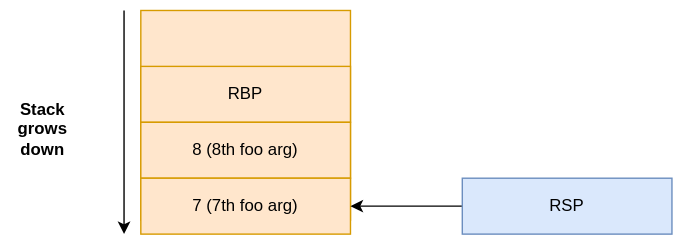
Earlier version of the draw.io export content/assets/stack-before-call.svg (0xAX/asm). Source tidied: cells renumbered, new cells last; positions are measured from the earlier drawing's top-left corner, leaving out a move shared by most shapes. Source of this version:
```xml
<mxGraphModel>
  <root>
    <mxCell id="0" />
    <mxCell id="1" parent="0" />
    <mxCell id="2" style="rounded=0;whiteSpace=wrap;html=1;fillColor=#ffe6cc;strokeColor=#d79b00;" parent="1" vertex="1">
      <mxGeometry x="100" width="150" height="150" as="geometry" />
    </mxCell>
    <mxCell id="3" value="RBP" style="rounded=0;whiteSpace=wrap;html=1;fillColor=#ffe6cc;strokeColor=#d79b00;" parent="1" vertex="1">
      <mxGeometry x="100" y="40" width="150" height="40" as="geometry" />
    </mxCell>
    <mxCell id="4" value="8 (8th foo arg)" style="rounded=0;whiteSpace=wrap;html=1;fillColor=#ffe6cc;strokeColor=#d79b00;" parent="1" vertex="1">
      <mxGeometry x="100" y="80" width="150" height="40" as="geometry" />
    </mxCell>
    <mxCell id="5" value="7 (7th foo arg)" style="rounded=0;whiteSpace=wrap;html=1;fillColor=#ffe6cc;strokeColor=#d79b00;" parent="1" vertex="1">
      <mxGeometry x="100" y="120" width="150" height="40" as="geometry" />
    </mxCell>
    <mxCell id="6" style="edgeStyle=orthogonalEdgeStyle;rounded=0;jettySize=auto;html=1;" parent="1" edge="1" source="7" target="5">
      <mxGeometry relative="1" as="geometry" />
    </mxCell>
    <mxCell id="7" value="RSP" style="rounded=0;whiteSpace=wrap;html=1;fillColor=#dae8fc;strokeColor=#6c8ebf;" parent="1" vertex="1">
      <mxGeometry x="330" y="120" width="150" height="40" as="geometry" />
    </mxCell>
    <mxCell id="8" style="endArrow=classic;html=1;rounded=0;" parent="1" edge="1">
      <mxGeometry relative="1" as="geometry">
        <mxPoint x="88" as="sourcePoint" />
        <mxPoint x="88" y="160" as="targetPoint" />
      </mxGeometry>
    </mxCell>
    <mxCell id="9" value="&lt;b&gt;Stack grows down&lt;/b&gt;" style="text;html=1;align=center;verticalAlign=middle;whiteSpace=wrap;rounded=0;" parent="1" vertex="1">
      <mxGeometry y="70" width="60" height="30" as="geometry" />
    </mxCell>
  </root>
</mxGraphModel>
```
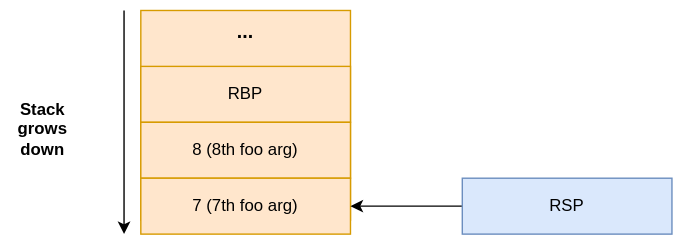
After the change.

The edit, as a diff of the source:
```diff
@@ -29,5 +29,8 @@
     <mxCell id="9" value="&lt;b&gt;Stack grows down&lt;/b&gt;" style="text;html=1;align=center;verticalAlign=middle;whiteSpace=wrap;rounded=0;" parent="1" vertex="1">
       <mxGeometry y="70" width="60" height="30" as="geometry" />
     </mxCell>
+    <mxCell id="10" value="&lt;b&gt;&lt;font style=&quot;font-size: 14px;&quot;&gt;...&lt;/font&gt;&lt;/b&gt;" style="text;html=1;align=center;verticalAlign=middle;whiteSpace=wrap;rounded=0;" parent="1" vertex="1">
+      <mxGeometry x="145" width="60" height="30" as="geometry" />
+    </mxCell>
   </root>
 </mxGraphModel>
```
